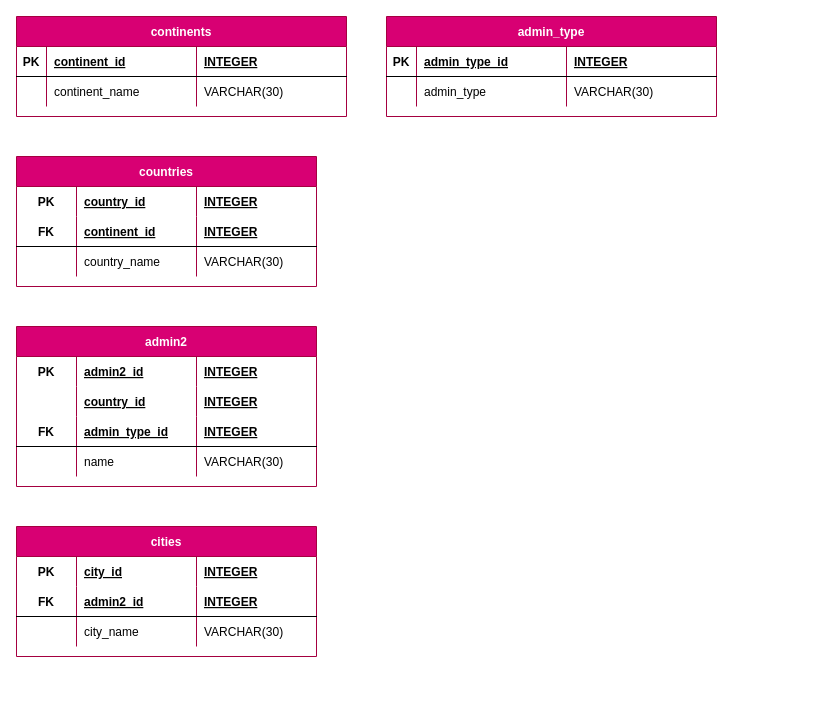
Before: page "physical" (3 of 3) of mundo_ER.drawio in r3card0/mundo-octo-potato, a draw.io diagram. Source tidied: cells renumbered, new cells numbered last; positions are measured from the earlier drawing's top-left corner, leaving out a move shared by most shapes. Both pictures are drawn from the tidied source at 100%, with x=0, y=0 at pixel (16, 16).
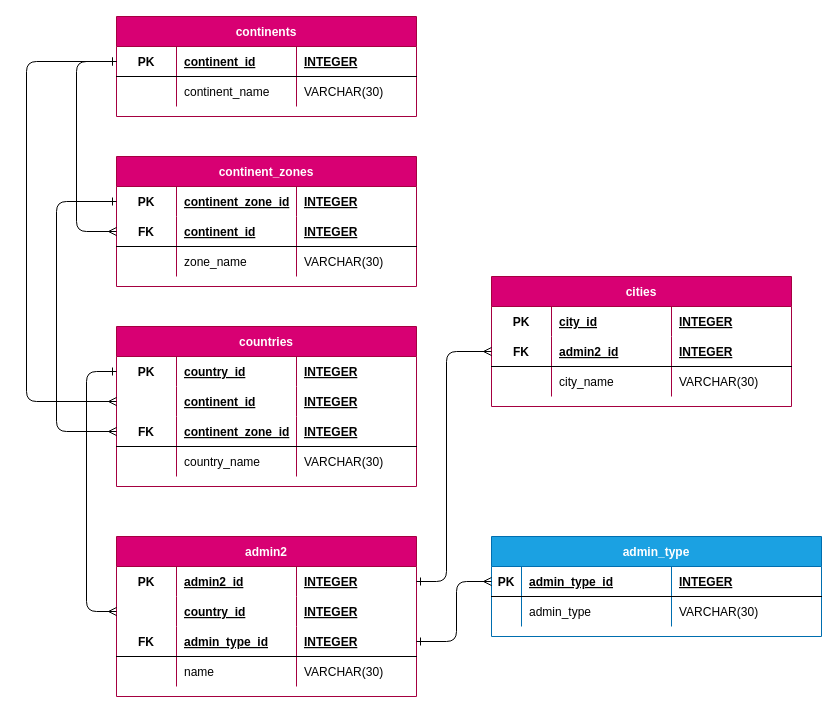
The same page after the edit.

Commit message:
continent zone added physical data model

Unchanged cells that the change refers to:
```xml
<mxCell id="25" style="shape=partialRectangle;fillColor=none;top=0;left=0;bottom=0;right=0;points=[[0,0.5],[1,0.5]];portConstraint=eastwest;" parent="24" vertex="1">
  <mxGeometry y="30" width="300" height="30" as="geometry" />
</mxCell>
<mxCell id="29" style="shape=partialRectangle;fillColor=none;top=0;left=0;bottom=0;right=0;points=[[0,0.5],[1,0.5]];portConstraint=eastwest;" parent="24" vertex="1">
  <mxGeometry y="60" width="300" height="30" as="geometry" />
</mxCell>
<mxCell id="33" style="shape=partialRectangle;fillColor=none;top=0;left=0;bottom=1;right=0;points=[[0,0.5],[1,0.5]];portConstraint=eastwest;" parent="24" vertex="1">
  <mxGeometry y="90" width="300" height="30" as="geometry" />
</mxCell>
<mxCell id="46" style="shape=partialRectangle;fillColor=none;top=0;left=0;bottom=1;right=0;points=[[0,0.5],[1,0.5]];portConstraint=eastwest;" parent="41" vertex="1">
  <mxGeometry y="60" width="300" height="30" as="geometry" />
</mxCell>
<mxCell id="55" style="shape=partialRectangle;fillColor=none;top=0;left=0;bottom=1;right=0;points=[[0,0.5],[1,0.5]];portConstraint=eastwest;" parent="54" vertex="1">
  <mxGeometry y="30" width="330" height="30" as="geometry" />
</mxCell>
```

What changed in the source:
```diff
@@
     <mxCell id="2" value="continents" style="shape=table;startSize=30;childLayout=tableLayout;rowLines=0;fontStyle=1;align=center;fillColor=#d80073;strokeColor=#A50040;fontColor=#ffffff;" parent="1" vertex="1">
-      <mxGeometry width="330" height="100" as="geometry" />
+      <mxGeometry x="100" width="300" height="100" as="geometry" />
     </mxCell>
     <mxCell id="3" style="shape=partialRectangle;fillColor=none;top=0;left=0;bottom=1;right=0;points=[[0,0.5],[1,0.5]];portConstraint=eastwest;" parent="2" vertex="1">
-      <mxGeometry y="30" width="330" height="30" as="geometry" />
+      <mxGeometry y="30" width="300" height="30" as="geometry" />
     </mxCell>
     <mxCell id="4" value="PK" style="shape=partialRectangle;fillColor=none;top=0;left=0;bottom=0;right=0;fontStyle=1;overflow=hidden;" parent="3" vertex="1">
-      <mxGeometry width="30" height="30" as="geometry" />
+      <mxGeometry width="60" height="30" as="geometry" />
     </mxCell>
     <mxCell id="5" value="continent_id" style="shape=partialRectangle;fillColor=none;top=0;left=0;bottom=0;right=0;align=left;spacingLeft=6;fontStyle=5;overflow=hidden;" parent="3" vertex="1">
-      <mxGeometry x="30" width="150" height="30" as="geometry" />
+      <mxGeometry x="60" width="120" height="30" as="geometry" />
     </mxCell>
     <mxCell id="6" value="INTEGER" style="shape=partialRectangle;fillColor=none;top=0;left=0;bottom=0;right=0;align=left;spacingLeft=6;fontStyle=5;overflow=hidden;" parent="3" vertex="1">
-      <mxGeometry x="180" width="150" height="30" as="geometry" />
+      <mxGeometry x="180" width="120" height="30" as="geometry" />
     </mxCell>
     <mxCell id="7" style="shape=partialRectangle;fillColor=none;top=0;left=0;bottom=0;right=0;" parent="2" vertex="1">
-      <mxGeometry y="60" width="330" height="30" as="geometry" />
+      <mxGeometry y="60" width="300" height="30" as="geometry" />
     </mxCell>
     <mxCell id="8" style="shape=partialRectangle;fillColor=none;top=0;left=0;bottom=0;right=0;overflow=hidden;" parent="7" vertex="1">
-      <mxGeometry width="30" height="30" as="geometry" />
+      <mxGeometry width="60" height="30" as="geometry" />
     </mxCell>
     <mxCell id="9" value="continent_name" style="shape=partialRectangle;fillColor=none;top=0;left=0;bottom=0;right=0;align=left;spacingLeft=6;overflow=hidden;" parent="7" vertex="1">
-      <mxGeometry x="30" width="150" height="30" as="geometry" />
+      <mxGeometry x="60" width="120" height="30" as="geometry" />
     </mxCell>
     <mxCell id="10" value="VARCHAR(30)" style="shape=partialRectangle;fillColor=none;top=0;left=0;bottom=0;right=0;align=left;spacingLeft=6;overflow=hidden;" parent="7" vertex="1">
-      <mxGeometry x="180" width="150" height="30" as="geometry" />
+      <mxGeometry x="180" width="120" height="30" as="geometry" />
     </mxCell>
-    <mxCell id="11" value="countries" style="shape=table;startSize=30;childLayout=tableLayout;rowLines=0;fontStyle=1;align=center;fillColor=#d80073;fontColor=#ffffff;strokeColor=#A50040;" parent="1" vertex="1">
-      <mxGeometry y="140" width="300" height="130" as="geometry" />
-    </mxCell>
-    <mxCell id="12" style="shape=partialRectangle;fillColor=none;top=0;left=0;bottom=0;right=0;" parent="11" vertex="1">
-      <mxGeometry y="30" width="300" height="30" as="geometry" />
-    </mxCell>
-    <mxCell id="13" value="PK" style="shape=partialRectangle;fillColor=none;top=0;left=0;bottom=0;right=0;fontStyle=1;overflow=hidden;" parent="12" vertex="1">
-      <mxGeometry width="60" height="30" as="geometry" />
-    </mxCell>
-    <mxCell id="14" value="country_id" style="shape=partialRectangle;fillColor=none;top=0;left=0;bottom=0;right=0;align=left;spacingLeft=6;fontStyle=5;overflow=hidden;" parent="12" vertex="1">
-      <mxGeometry x="60" width="120" height="30" as="geometry" />
-    </mxCell>
-    <mxCell id="15" value="INTEGER" style="shape=partialRectangle;fillColor=none;top=0;left=0;bottom=0;right=0;align=left;spacingLeft=6;fontStyle=5;overflow=hidden;" parent="12" vertex="1">
-      <mxGeometry x="180" width="120" height="30" as="geometry" />
-    </mxCell>
-    <mxCell id="16" style="shape=partialRectangle;fillColor=none;top=0;left=0;bottom=1;right=0;points=[[0,0.5],[1,0.5]];portConstraint=eastwest;" parent="11" vertex="1">
-      <mxGeometry y="60" width="300" height="30" as="geometry" />
-    </mxCell>
-    <mxCell id="17" value="FK" style="shape=partialRectangle;fillColor=none;top=0;left=0;bottom=0;right=0;fontStyle=1;overflow=hidden;" parent="16" vertex="1">
-      <mxGeometry width="60" height="30" as="geometry" />
-    </mxCell>
-    <mxCell id="18" value="continent_id" style="shape=partialRectangle;fillColor=none;top=0;left=0;bottom=0;right=0;align=left;spacingLeft=6;fontStyle=5;overflow=hidden;" parent="16" vertex="1">
-      <mxGeometry x="60" width="120" height="30" as="geometry" />
-    </mxCell>
-    <mxCell id="19" value="INTEGER" style="shape=partialRectangle;fillColor=none;top=0;left=0;bottom=0;right=0;align=left;spacingLeft=6;fontStyle=5;overflow=hidden;" parent="16" vertex="1">
-      <mxGeometry x="180" width="120" height="30" as="geometry" />
-    </mxCell>
-    <mxCell id="20" style="shape=partialRectangle;fillColor=none;top=0;left=0;bottom=0;right=0;" parent="11" vertex="1">
-      <mxGeometry y="90" width="300" height="30" as="geometry" />
-    </mxCell>
-    <mxCell id="21" style="shape=partialRectangle;fillColor=none;top=0;left=0;bottom=0;right=0;overflow=hidden;" parent="20" vertex="1">
-      <mxGeometry width="60" height="30" as="geometry" />
-    </mxCell>
-    <mxCell id="22" value="country_name" style="shape=partialRectangle;fillColor=none;top=0;left=0;bottom=0;right=0;align=left;spacingLeft=6;overflow=hidden;" parent="20" vertex="1">
-      <mxGeometry x="60" width="120" height="30" as="geometry" />
-    </mxCell>
-    <mxCell id="23" value="VARCHAR(30)" style="shape=partialRectangle;fillColor=none;top=0;left=0;bottom=0;right=0;align=left;spacingLeft=6;overflow=hidden;" parent="20" vertex="1">
-      <mxGeometry x="180" width="120" height="30" as="geometry" />
-    </mxCell>
     <mxCell id="24" value="admin2" style="shape=table;startSize=30;childLayout=tableLayout;rowLines=0;fontStyle=1;align=center;fillColor=#d80073;fontColor=#ffffff;strokeColor=#A50040;" parent="1" vertex="1">
-      <mxGeometry y="310" width="300" height="160" as="geometry" />
+      <mxGeometry x="100" y="520" width="300" height="160" as="geometry" />
     </mxCell>
@@
     <mxCell id="41" value="cities" style="shape=table;startSize=30;childLayout=tableLayout;rowLines=0;fontStyle=1;align=center;fillColor=#d80073;fontColor=#ffffff;strokeColor=#A50040;" parent="1" vertex="1">
-      <mxGeometry y="510" width="300" height="130" as="geometry" />
+      <mxGeometry x="475" y="260" width="300" height="130" as="geometry" />
     </mxCell>
@@
-    <mxCell id="54" value="admin_type" style="shape=table;startSize=30;childLayout=tableLayout;rowLines=0;fontStyle=1;align=center;fillColor=#d80073;strokeColor=#A50040;fontColor=#ffffff;" parent="1" vertex="1">
-      <mxGeometry x="370" width="330" height="100" as="geometry" />
+    <mxCell id="54" value="admin_type" style="shape=table;startSize=30;childLayout=tableLayout;rowLines=0;fontStyle=1;align=center;fillColor=#1ba1e2;strokeColor=#006EAF;fontColor=#ffffff;" parent="1" vertex="1">
+      <mxGeometry x="475" y="520" width="330" height="100" as="geometry" />
     </mxCell>
@@
+    <mxCell id="63" value="continent_zones" style="shape=table;startSize=30;childLayout=tableLayout;rowLines=0;fontStyle=1;align=center;fillColor=#d80073;fontColor=#ffffff;strokeColor=#A50040;" parent="1" vertex="1">
+      <mxGeometry x="100" y="140" width="300" height="130" as="geometry" />
+    </mxCell>
+    <mxCell id="64" style="shape=partialRectangle;fillColor=none;top=0;left=0;bottom=0;right=0;points=[[0,0.5],[1,0.5]];portConstraint=eastwest;" parent="63" vertex="1">
+      <mxGeometry y="30" width="300" height="30" as="geometry" />
+    </mxCell>
+    <mxCell id="65" value="PK" style="shape=partialRectangle;fillColor=none;top=0;left=0;bottom=0;right=0;fontStyle=1;overflow=hidden;" parent="64" vertex="1">
+      <mxGeometry width="60" height="30" as="geometry" />
+    </mxCell>
+    <mxCell id="66" value="continent_zone_id" style="shape=partialRectangle;fillColor=none;top=0;left=0;bottom=0;right=0;align=left;spacingLeft=6;fontStyle=5;overflow=hidden;" parent="64" vertex="1">
+      <mxGeometry x="60" width="120" height="30" as="geometry" />
+    </mxCell>
+    <mxCell id="67" value="INTEGER" style="shape=partialRectangle;fillColor=none;top=0;left=0;bottom=0;right=0;align=left;spacingLeft=6;fontStyle=5;overflow=hidden;" parent="64" vertex="1">
+      <mxGeometry x="180" width="120" height="30" as="geometry" />
+    </mxCell>
+    <mxCell id="16" style="shape=partialRectangle;fillColor=none;top=0;left=0;bottom=1;right=0;points=[[0,0.5],[1,0.5]];portConstraint=eastwest;" parent="63" vertex="1">
+      <mxGeometry y="60" width="300" height="30" as="geometry" />
+    </mxCell>
+    <mxCell id="68" value="FK" style="shape=partialRectangle;fillColor=none;top=0;left=0;bottom=0;right=0;fontStyle=1;overflow=hidden;" parent="16" vertex="1">
+      <mxGeometry width="60" height="30" as="geometry" />
+    </mxCell>
+    <mxCell id="69" value="continent_id" style="shape=partialRectangle;fillColor=none;top=0;left=0;bottom=0;right=0;align=left;spacingLeft=6;fontStyle=5;overflow=hidden;" parent="16" vertex="1">
+      <mxGeometry x="60" width="120" height="30" as="geometry" />
+    </mxCell>
+    <mxCell id="70" value="INTEGER" style="shape=partialRectangle;fillColor=none;top=0;left=0;bottom=0;right=0;align=left;spacingLeft=6;fontStyle=5;overflow=hidden;" parent="16" vertex="1">
+      <mxGeometry x="180" width="120" height="30" as="geometry" />
+    </mxCell>
+    <mxCell id="20" style="shape=partialRectangle;fillColor=none;top=0;left=0;bottom=0;right=0;" parent="63" vertex="1">
+      <mxGeometry y="90" width="300" height="30" as="geometry" />
+    </mxCell>
+    <mxCell id="71" style="shape=partialRectangle;fillColor=none;top=0;left=0;bottom=0;right=0;overflow=hidden;" parent="20" vertex="1">
+      <mxGeometry width="60" height="30" as="geometry" />
+    </mxCell>
+    <mxCell id="72" value="zone_name" style="shape=partialRectangle;fillColor=none;top=0;left=0;bottom=0;right=0;align=left;spacingLeft=6;overflow=hidden;" parent="20" vertex="1">
+      <mxGeometry x="60" width="120" height="30" as="geometry" />
+    </mxCell>
+    <mxCell id="73" value="VARCHAR(30)" style="shape=partialRectangle;fillColor=none;top=0;left=0;bottom=0;right=0;align=left;spacingLeft=6;overflow=hidden;" parent="20" vertex="1">
+      <mxGeometry x="180" width="120" height="30" as="geometry" />
+    </mxCell>
+    <mxCell id="74" style="edgeStyle=none;html=1;entryX=0;entryY=0.5;entryDx=0;entryDy=0;startArrow=ERone;startFill=0;endArrow=ERmany;endFill=0;exitX=0;exitY=0.5;exitDx=0;exitDy=0;" parent="1" edge="1" source="3" target="16">
+      <mxGeometry relative="1" as="geometry">
+        <Array as="points">
+          <mxPoint x="60" y="45" />
+          <mxPoint x="60" y="215" />
+        </Array>
+      </mxGeometry>
+    </mxCell>
+    <mxCell id="11" value="countries" style="shape=table;startSize=30;childLayout=tableLayout;rowLines=0;fontStyle=1;align=center;fillColor=#d80073;fontColor=#ffffff;strokeColor=#A50040;" parent="1" vertex="1">
+      <mxGeometry x="100" y="310" width="300" height="160" as="geometry" />
+    </mxCell>
+    <mxCell id="75" style="shape=partialRectangle;fillColor=none;top=0;left=0;bottom=0;right=0;points=[[0,0.5],[1,0.5]];portConstraint=eastwest;" parent="11" vertex="1">
+      <mxGeometry y="30" width="300" height="30" as="geometry" />
+    </mxCell>
+    <mxCell id="76" value="PK" style="shape=partialRectangle;fillColor=none;top=0;left=0;bottom=0;right=0;fontStyle=1;overflow=hidden;" parent="75" vertex="1">
+      <mxGeometry width="60" height="30" as="geometry" />
+    </mxCell>
+    <mxCell id="14" value="country_id" style="shape=partialRectangle;fillColor=none;top=0;left=0;bottom=0;right=0;align=left;spacingLeft=6;fontStyle=5;overflow=hidden;" parent="75" vertex="1">
+      <mxGeometry x="60" width="120" height="30" as="geometry" />
+    </mxCell>
+    <mxCell id="77" value="INTEGER" style="shape=partialRectangle;fillColor=none;top=0;left=0;bottom=0;right=0;align=left;spacingLeft=6;fontStyle=5;overflow=hidden;" parent="75" vertex="1">
+      <mxGeometry x="180" width="120" height="30" as="geometry" />
+    </mxCell>
+    <mxCell id="78" style="shape=partialRectangle;fillColor=none;top=0;left=0;bottom=0;right=0;points=[[0,0.5],[1,0.5]];portConstraint=eastwest;" parent="11" vertex="1">
+      <mxGeometry y="60" width="300" height="30" as="geometry" />
+    </mxCell>
+    <mxCell id="79" style="shape=partialRectangle;fillColor=none;top=0;left=0;bottom=0;right=0;fontStyle=1;overflow=hidden;" parent="78" vertex="1">
+      <mxGeometry width="60" height="30" as="geometry" />
+    </mxCell>
+    <mxCell id="80" value="continent_id" style="shape=partialRectangle;fillColor=none;top=0;left=0;bottom=0;right=0;align=left;spacingLeft=6;fontStyle=5;overflow=hidden;" parent="78" vertex="1">
+      <mxGeometry x="60" width="120" height="30" as="geometry" />
+    </mxCell>
+    <mxCell id="81" value="INTEGER" style="shape=partialRectangle;fillColor=none;top=0;left=0;bottom=0;right=0;align=left;spacingLeft=6;fontStyle=5;overflow=hidden;" parent="78" vertex="1">
+      <mxGeometry x="180" width="120" height="30" as="geometry" />
+    </mxCell>
+    <mxCell id="82" style="shape=partialRectangle;fillColor=none;top=0;left=0;bottom=1;right=0;points=[[0,0.5],[1,0.5]];portConstraint=eastwest;" parent="11" vertex="1">
+      <mxGeometry y="90" width="300" height="30" as="geometry" />
+    </mxCell>
+    <mxCell id="83" value="FK" style="shape=partialRectangle;fillColor=none;top=0;left=0;bottom=0;right=0;fontStyle=1;overflow=hidden;" parent="82" vertex="1">
+      <mxGeometry width="60" height="30" as="geometry" />
+    </mxCell>
+    <mxCell id="84" value="continent_zone_id" style="shape=partialRectangle;fillColor=none;top=0;left=0;bottom=0;right=0;align=left;spacingLeft=6;fontStyle=5;overflow=hidden;" parent="82" vertex="1">
+      <mxGeometry x="60" width="120" height="30" as="geometry" />
+    </mxCell>
+    <mxCell id="85" value="INTEGER" style="shape=partialRectangle;fillColor=none;top=0;left=0;bottom=0;right=0;align=left;spacingLeft=6;fontStyle=5;overflow=hidden;" parent="82" vertex="1">
+      <mxGeometry x="180" width="120" height="30" as="geometry" />
+    </mxCell>
+    <mxCell id="86" style="shape=partialRectangle;fillColor=none;top=0;left=0;bottom=0;right=0;" parent="11" vertex="1">
+      <mxGeometry y="120" width="300" height="30" as="geometry" />
+    </mxCell>
+    <mxCell id="87" style="shape=partialRectangle;fillColor=none;top=0;left=0;bottom=0;right=0;overflow=hidden;" parent="86" vertex="1">
+      <mxGeometry width="60" height="30" as="geometry" />
+    </mxCell>
+    <mxCell id="22" value="country_name" style="shape=partialRectangle;fillColor=none;top=0;left=0;bottom=0;right=0;align=left;spacingLeft=6;overflow=hidden;" parent="86" vertex="1">
+      <mxGeometry x="60" width="120" height="30" as="geometry" />
+    </mxCell>
+    <mxCell id="88" value="VARCHAR(30)" style="shape=partialRectangle;fillColor=none;top=0;left=0;bottom=0;right=0;align=left;spacingLeft=6;overflow=hidden;" parent="86" vertex="1">
+      <mxGeometry x="180" width="120" height="30" as="geometry" />
+    </mxCell>
+    <mxCell id="89" style="edgeStyle=none;html=1;startArrow=ERone;startFill=0;endArrow=ERmany;endFill=0;entryX=0;entryY=0.5;entryDx=0;entryDy=0;exitX=0;exitY=0.5;exitDx=0;exitDy=0;" parent="1" edge="1" source="64" target="82">
+      <mxGeometry relative="1" as="geometry">
+        <Array as="points">
+          <mxPoint x="40" y="185" />
+          <mxPoint x="40" y="415" />
+        </Array>
+      </mxGeometry>
+    </mxCell>
+    <mxCell id="90" style="edgeStyle=none;html=1;entryX=0;entryY=0.5;entryDx=0;entryDy=0;startArrow=ERone;startFill=0;endArrow=ERmany;endFill=0;exitX=0;exitY=0.5;exitDx=0;exitDy=0;" parent="1" edge="1" source="3" target="78">
+      <mxGeometry relative="1" as="geometry">
+        <Array as="points">
+          <mxPoint x="10" y="45" />
+          <mxPoint x="10" y="385" />
+        </Array>
+      </mxGeometry>
+    </mxCell>
+    <mxCell id="91" style="edgeStyle=none;html=1;entryX=0;entryY=0.5;entryDx=0;entryDy=0;startArrow=ERone;startFill=0;endArrow=ERmany;endFill=0;exitX=0;exitY=0.5;exitDx=0;exitDy=0;" parent="1" edge="1" source="75" target="29">
+      <mxGeometry relative="1" as="geometry">
+        <Array as="points">
+          <mxPoint x="70" y="355" />
+          <mxPoint x="70" y="595" />
+        </Array>
+      </mxGeometry>
+    </mxCell>
+    <mxCell id="92" style="edgeStyle=none;html=1;exitX=1;exitY=0.5;exitDx=0;exitDy=0;entryX=0;entryY=0.5;entryDx=0;entryDy=0;startArrow=ERone;startFill=0;endArrow=ERmany;endFill=0;" parent="1" edge="1" source="33" target="55">
+      <mxGeometry relative="1" as="geometry">
+        <Array as="points">
+          <mxPoint x="440" y="625" />
+          <mxPoint x="440" y="565" />
+        </Array>
+      </mxGeometry>
+    </mxCell>
+    <mxCell id="93" style="edgeStyle=none;html=1;exitX=1;exitY=0.5;exitDx=0;exitDy=0;entryX=0;entryY=0.5;entryDx=0;entryDy=0;startArrow=ERone;startFill=0;endArrow=ERmany;endFill=0;" parent="1" edge="1" source="25" target="46">
+      <mxGeometry relative="1" as="geometry">
+        <Array as="points">
+          <mxPoint x="430" y="565" />
+          <mxPoint x="430" y="335" />
+        </Array>
+      </mxGeometry>
+    </mxCell>
```
